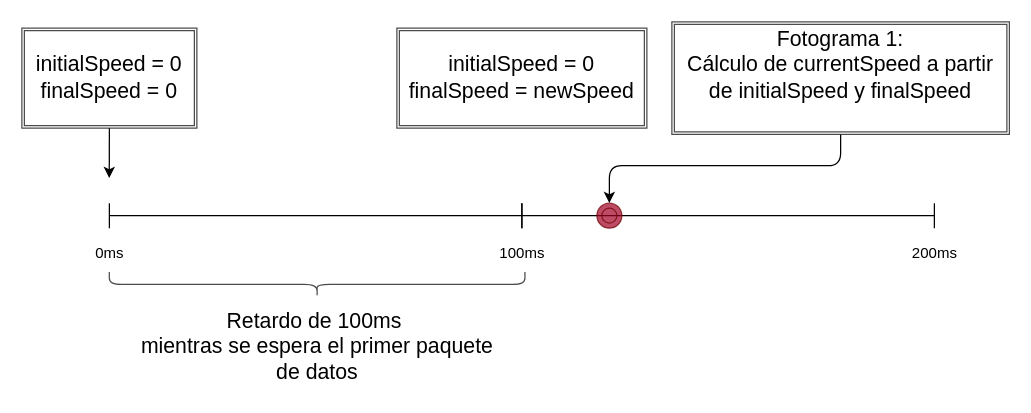
Before: document/images/interpolation-algorithm.drawio in lcasan/Thesis, a draw.io diagram. Source tidied: cells renumbered, new cells numbered last; positions are measured from the earlier drawing's top-left corner, leaving out a move shared by most shapes. Both pictures are drawn from the tidied source at 125%, with x=0, y=0 at pixel (21, 21).
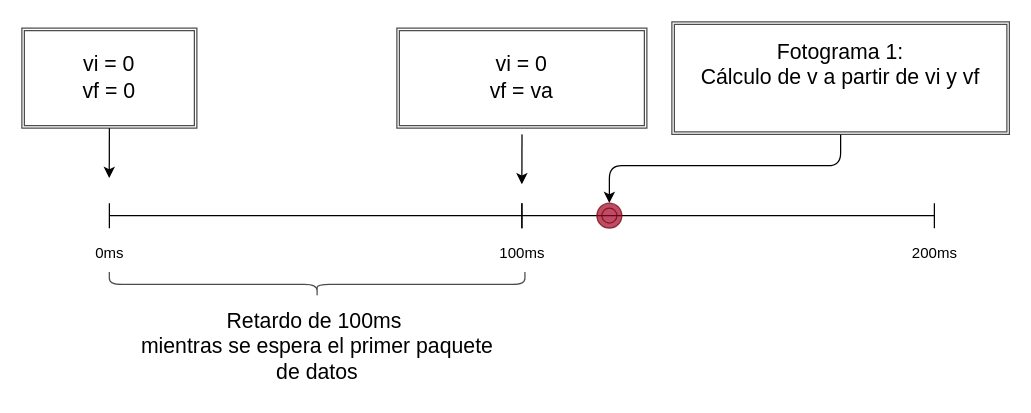
After the change.

Diff of the diagram source:
```diff
@@
 <mxGraphModel>
   <root>
     <mxCell id="0" />
     <mxCell id="1" parent="0" />
     <mxCell id="2" style="shape=crossbar;whiteSpace=wrap;html=1;rounded=1;" parent="1" vertex="1">
       <mxGeometry x="70" y="145" width="330" height="20" as="geometry" />
     </mxCell>
     <mxCell id="3" value="0ms" style="text;html=1;align=center;verticalAlign=middle;strokeColor=none;fillColor=none;" parent="1" vertex="1">
       <mxGeometry x="45" y="170" width="50" height="30" as="geometry" />
     </mxCell>
     <mxCell id="4" value="100ms" style="text;html=1;align=center;verticalAlign=middle;strokeColor=none;fillColor=none;" parent="1" vertex="1">
       <mxGeometry x="370" y="170" width="60" height="30" as="geometry" />
     </mxCell>
     <mxCell id="5" value="200ms" style="text;html=1;align=center;verticalAlign=middle;strokeColor=none;fillColor=none;" parent="1" vertex="1">
       <mxGeometry x="700" y="170" width="60" height="30" as="geometry" />
     </mxCell>
     <mxCell id="6" style="edgeStyle=none;html=1;exitX=0.5;exitY=1;exitDx=0;exitDy=0;fontSize=17;" parent="1" edge="1" source="7">
       <mxGeometry relative="1" as="geometry">
         <mxPoint x="69.9" y="125" as="targetPoint" />
       </mxGeometry>
     </mxCell>
-    <mxCell id="7" value="&lt;span style=&quot;&quot;&gt;initialSpeed = 0&lt;/span&gt;&lt;br style=&quot;&quot;&gt;&lt;span style=&quot;&quot;&gt;finalSpeed = 0&lt;/span&gt;" style="shape=ext;double=1;rounded=0;whiteSpace=wrap;html=1;fontSize=17;opacity=70;" parent="1" vertex="1">
+    <mxCell id="7" value="&lt;span style=&quot;&quot;&gt;vi = 0&lt;/span&gt;&lt;br style=&quot;&quot;&gt;&lt;span style=&quot;&quot;&gt;vf = 0&lt;/span&gt;" style="shape=ext;double=1;rounded=0;whiteSpace=wrap;html=1;fontSize=17;opacity=70;" parent="1" vertex="1">
       <mxGeometry y="5" width="140" height="80" as="geometry" />
     </mxCell>
     <mxCell id="8" style="shape=crossbar;whiteSpace=wrap;html=1;rounded=1;" parent="1" vertex="1">
       <mxGeometry x="400" y="145" width="330" height="20" as="geometry" />
     </mxCell>
-    <mxCell id="9" value="initialSpeed = 0&lt;br&gt;finalSpeed = newSpeed" style="shape=ext;double=1;rounded=0;whiteSpace=wrap;html=1;fontSize=17;opacity=70;" parent="1" vertex="1">
+    <mxCell id="9" value="vi = 0&lt;br&gt;vf = va" style="shape=ext;double=1;rounded=0;whiteSpace=wrap;html=1;fontSize=17;opacity=70;" parent="1" vertex="1">
       <mxGeometry x="300" y="5" width="200" height="80" as="geometry" />
     </mxCell>
     <mxCell id="10" style="shape=curlyBracket;whiteSpace=wrap;html=1;rounded=1;labelPosition=left;verticalLabelPosition=middle;align=right;verticalAlign=middle;fontSize=17;opacity=70;rotation=-90;" parent="1" vertex="1">
       <mxGeometry x="226.2" y="43.8" width="20" height="332.5" as="geometry" />
     </mxCell>
     <mxCell id="11" value="Retardo de 100ms&amp;nbsp;&lt;br&gt;mientras se espera el primer paquete&lt;br&gt;de datos" style="text;html=1;align=center;verticalAlign=middle;strokeColor=none;fillColor=none;fontSize=17;" parent="1" vertex="1">
       <mxGeometry x="81.2" y="225" width="310" height="70" as="geometry" />
     </mxCell>
     <mxCell id="12" style="ellipse;shape=doubleEllipse;whiteSpace=wrap;html=1;fontSize=17;opacity=70;fillColor=#a20025;fontColor=#ffffff;strokeColor=#6F0000;" parent="1" vertex="1">
       <mxGeometry x="460" y="145" width="20" height="20" as="geometry" />
     </mxCell>
     <mxCell id="13" style="edgeStyle=none;html=1;exitX=0.5;exitY=1;exitDx=0;exitDy=0;entryX=0.5;entryY=0;entryDx=0;entryDy=0;fontSize=17;" parent="1" edge="1" source="14" target="12">
       <mxGeometry relative="1" as="geometry">
         <Array as="points">
           <mxPoint x="655" y="115" />
           <mxPoint x="470" y="115" />
         </Array>
       </mxGeometry>
     </mxCell>
-    <mxCell id="14" value="Fotograma 1:&lt;br&gt;Cálculo de currentSpeed a partir de initialSpeed y finalSpeed&lt;br&gt;&amp;nbsp;" style="shape=ext;double=1;rounded=0;whiteSpace=wrap;html=1;fontSize=17;opacity=70;" parent="1" vertex="1">
+    <mxCell id="14" value="Fotograma 1:&lt;br&gt;Cálculo de v a partir de vi y vf&lt;br&gt;&amp;nbsp;" style="shape=ext;double=1;rounded=0;whiteSpace=wrap;html=1;fontSize=17;opacity=70;" parent="1" vertex="1">
       <mxGeometry x="520" width="270" height="90" as="geometry" />
     </mxCell>
+    <mxCell id="15" style="edgeStyle=none;html=1;exitX=0.5;exitY=1;exitDx=0;exitDy=0;fontSize=17;" parent="1" edge="1">
+      <mxGeometry relative="1" as="geometry">
+        <mxPoint x="400.1" y="90" as="sourcePoint" />
+        <mxPoint x="400" y="130" as="targetPoint" />
+      </mxGeometry>
+    </mxCell>
   </root>
 </mxGraphModel>
```
